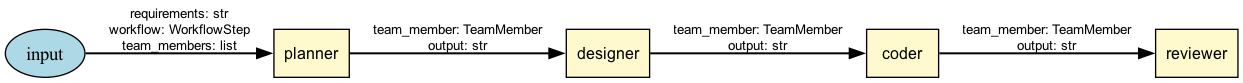
This is docs/workflow_visualizations/full_workflow.png from CodeBlackwell/Agent_Blackwell, a Graphviz export, as it was before one commit. Its source is kept beside it as docs/workflow_visualizations/full_workflow.dot. Source of this version:
```dot
digraph {
	graph [rankdir=LR splines=ortho]
	designer [label=designer fillcolor="#FFFACD" fontname=Arial fontsize=12 shape=box style=filled]
	coder [label=coder fillcolor="#FFFACD" fontname=Arial fontsize=12 shape=box style=filled]
	reviewer [label=reviewer fillcolor="#FFFACD" fontname=Arial fontsize=12 shape=box style=filled]
	planner [label=planner fillcolor="#FFFACD" fontname=Arial fontsize=12 shape=box style=filled]
	input [fillcolor=lightblue shape=ellipse style=filled]
	input -> planner [label="requirements: str\nworkflow: WorkflowStep\nteam_members: list" fontname=Arial fontsize=10 penwidth=1.5]
	planner -> designer [label="team_member: TeamMember\noutput: str" fontname=Arial fontsize=10 penwidth=1.5]
	designer -> coder [label="team_member: TeamMember\noutput: str" fontname=Arial fontsize=10 penwidth=1.5]
	coder -> reviewer [label="team_member: TeamMember\noutput: str" fontname=Arial fontsize=10 penwidth=1.5]
}
```
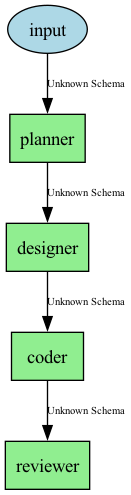
After the commit.

Diff of the diagram source:
```diff
@@ -1,12 +1,11 @@
 digraph {
-	graph [rankdir=LR splines=ortho]
-	designer [label=designer fillcolor="#FFFACD" fontname=Arial fontsize=12 shape=box style=filled]
-	coder [label=coder fillcolor="#FFFACD" fontname=Arial fontsize=12 shape=box style=filled]
-	reviewer [label=reviewer fillcolor="#FFFACD" fontname=Arial fontsize=12 shape=box style=filled]
-	planner [label=planner fillcolor="#FFFACD" fontname=Arial fontsize=12 shape=box style=filled]
+	coder [fillcolor=lightgreen shape=box style=filled]
+	designer [fillcolor=lightgreen shape=box style=filled]
+	reviewer [fillcolor=lightgreen shape=box style=filled]
+	planner [fillcolor=lightgreen shape=box style=filled]
 	input [fillcolor=lightblue shape=ellipse style=filled]
-	input -> planner [label="requirements: str\nworkflow: WorkflowStep\nteam_members: list" fontname=Arial fontsize=10 penwidth=1.5]
-	planner -> designer [label="team_member: TeamMember\noutput: str" fontname=Arial fontsize=10 penwidth=1.5]
-	designer -> coder [label="team_member: TeamMember\noutput: str" fontname=Arial fontsize=10 penwidth=1.5]
-	coder -> reviewer [label="team_member: TeamMember\noutput: str" fontname=Arial fontsize=10 penwidth=1.5]
+	input -> planner [label="Unknown Schema" fontsize=8]
+	planner -> designer [label="Unknown Schema" fontsize=8]
+	designer -> coder [label="Unknown Schema" fontsize=8]
+	coder -> reviewer [label="Unknown Schema" fontsize=8]
 }
```
